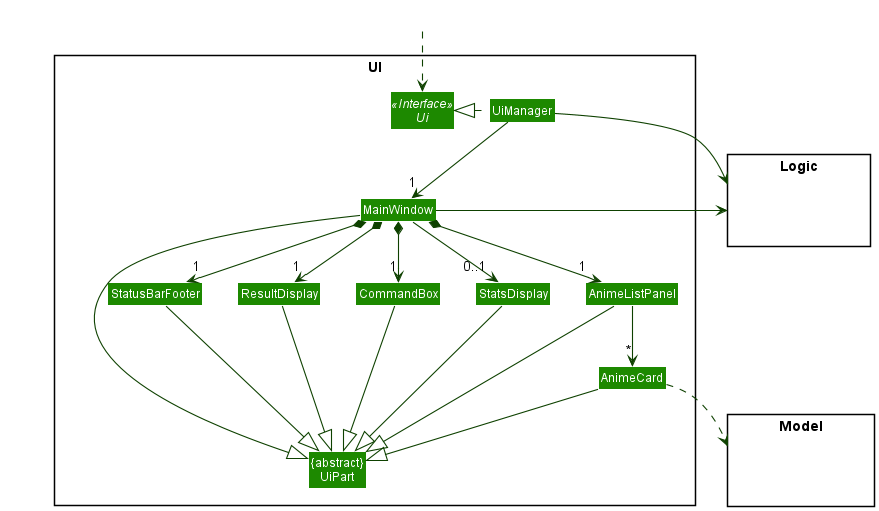
This is docs/images/UiClassDiagram.png from nus-cs2103-AY2122S1/tp, a PlantUML export, as it was before one commit. The source it was exported from:
```plantuml
@startuml
!include style.puml
skinparam arrowThickness 1.1
skinparam arrowColor UI_COLOR_T4
skinparam classBackgroundColor UI_COLOR

package UI <<Rectangle>>{
Interface Ui <<Interface>>
Class "{abstract}\nUiPart" as UiPart
Class UiManager
Class MainWindow
Class StatsDisplay
Class ResultDisplay
Class AnimeListPanel
Class AnimeCard
Class StatusBarFooter
Class CommandBox
}

package Model <<Rectangle>> {
Class HiddenModel #FFFFFF
}

package Logic <<Rectangle>> {
Class HiddenLogic #FFFFFF
}

Class HiddenOutside #FFFFFF
HiddenOutside ..> Ui

UiManager .left.|> Ui
UiManager -down-> "1" MainWindow
MainWindow *-down->  "1" CommandBox
MainWindow *-down-> "1" ResultDisplay
MainWindow *-down-> "1" AnimeListPanel
MainWindow *-down-> "1" StatusBarFooter
MainWindow --> "0..1" StatsDisplay

AnimeListPanel -down-> "*" AnimeCard

MainWindow -left-|> UiPart

ResultDisplay --|> UiPart
CommandBox --|> UiPart
AnimeListPanel --|> UiPart
AnimeCard --|> UiPart
StatusBarFooter --|> UiPart
StatsDisplay --|> UiPart

AnimeCard ..> Model
UiManager -right-> Logic
MainWindow -left-> Logic

StatsDisplay -[hidden]left- CommandBox
CommandBox -[hidden]left- ResultDisplay
ResultDisplay -[hidden]left- StatusBarFooter

MainWindow -[hidden]-|> UiPart
@enduml
```
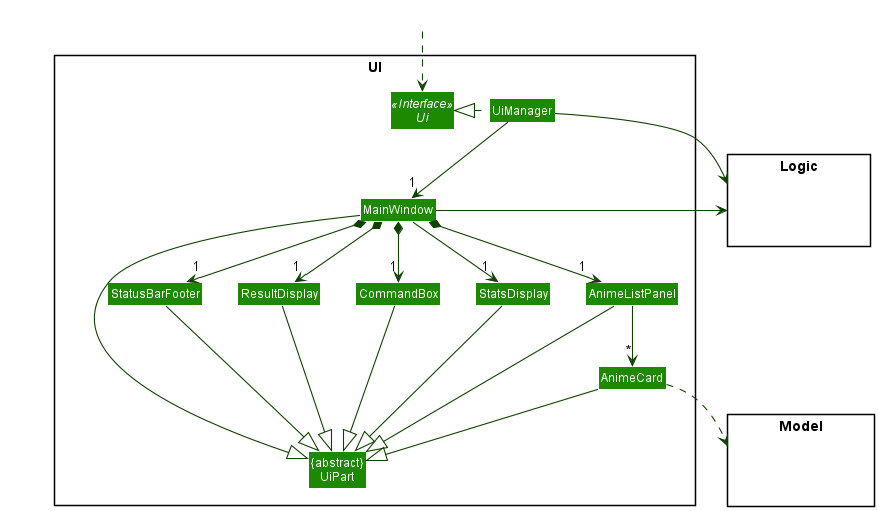
Above is the later version.

The edit, as a diff of the source:
```diff
@@ -34,7 +34,7 @@
 MainWindow *-down-> "1" ResultDisplay
 MainWindow *-down-> "1" AnimeListPanel
 MainWindow *-down-> "1" StatusBarFooter
-MainWindow --> "0..1" StatsDisplay
+MainWindow --> "1" StatsDisplay
 
 AnimeListPanel -down-> "*" AnimeCard
 
```
